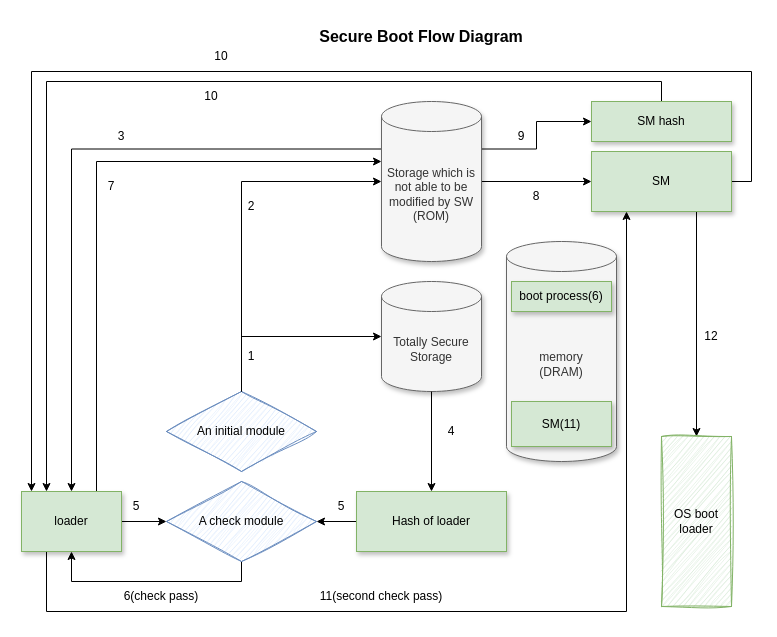
Above: page "Trusted_boot" (6 of 9) of saber.drawio in Zou1c/tmp (draw.io), before the change. Source tidied: cells renumbered, new cells numbered last; positions are measured from the earlier drawing's top-left corner, leaving out a move shared by most shapes. Both pictures are drawn from the tidied source at 100%, with x=0, y=0 at pixel (21, 21).
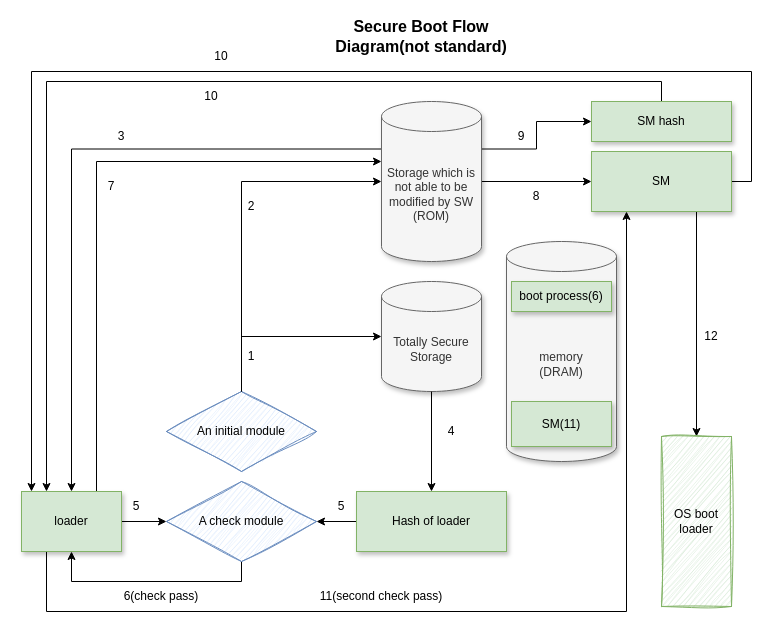
The same page after the edit.

Diff of the diagram source:
```diff
@@
-    <mxCell id="22" value="Secure Boot Flow Diagram" style="text;html=1;strokeColor=none;fillColor=none;align=center;verticalAlign=middle;whiteSpace=wrap;rounded=0;fontSize=16;fontStyle=1;" parent="1" vertex="1">
+    <mxCell id="22" value="Secure Boot Flow Diagram(not standard)" style="text;html=1;strokeColor=none;fillColor=none;align=center;verticalAlign=middle;whiteSpace=wrap;rounded=0;fontSize=16;fontStyle=1;" parent="1" vertex="1">
       <mxGeometry x="290" width="220" height="30" as="geometry" />
     </mxCell>
```
